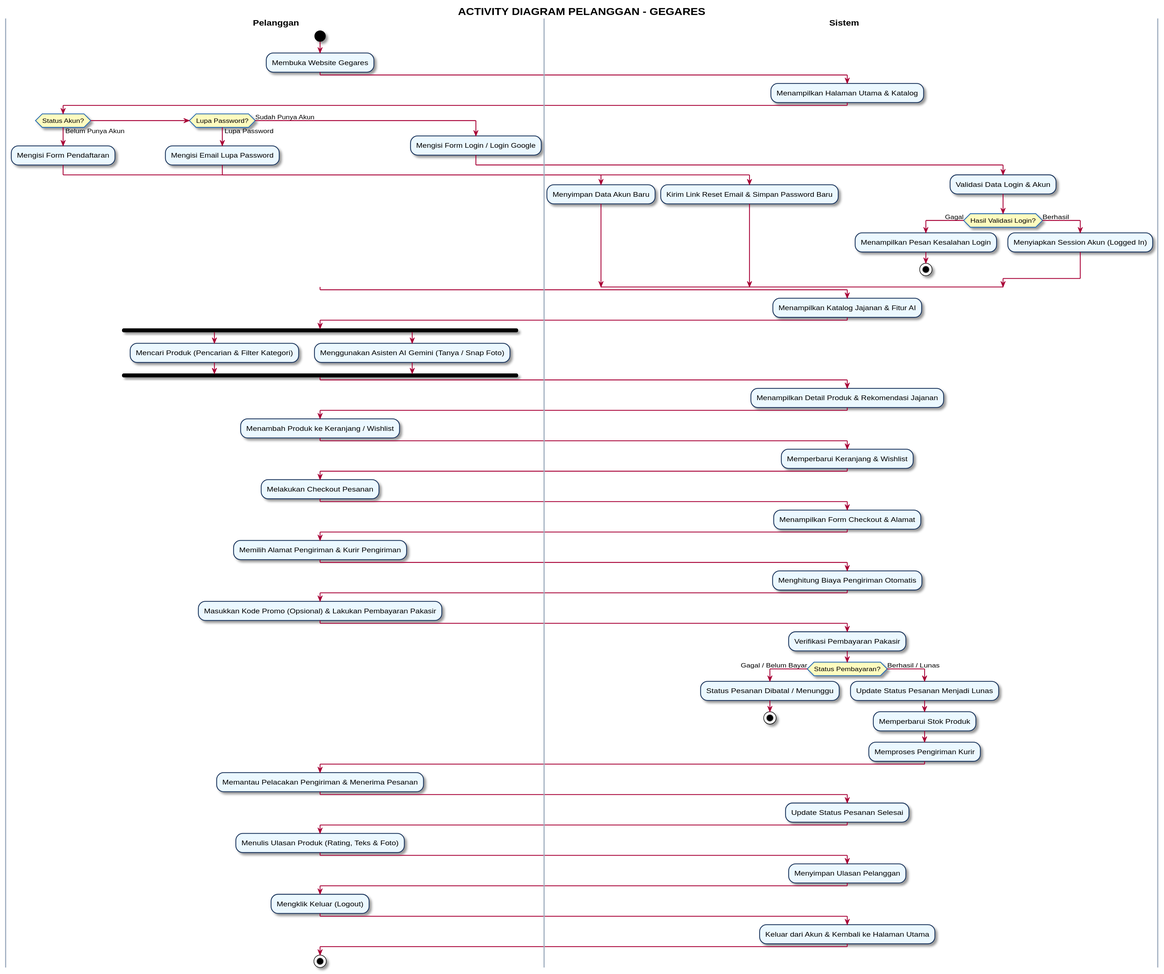
greedykid/gegares_toko keeps this PlantUML diagram as diagrams/activity_diagram_pelanggan.svg. Above is the earlier version.
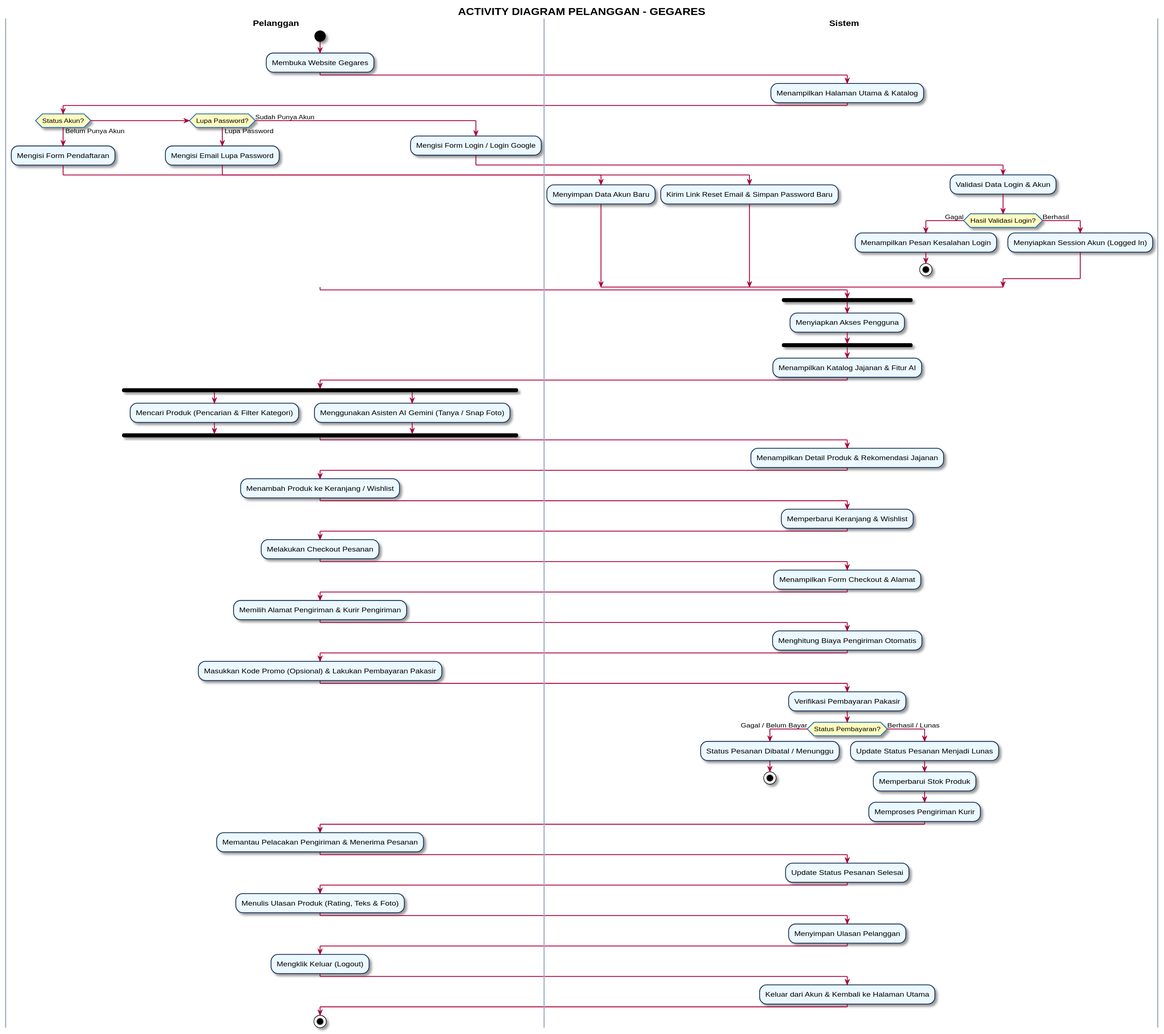
The same file after the commit.

Commit message:
docs(diagram): use Join bar for authentication branches before catalog display

Change to the diagram source:
```diff
@@ -45,6 +45,10 @@
 endif
 
 |Sistem|
+fork
+  :Menyiapkan Akses Pengguna;
+end fork
+
 :Menampilkan Katalog Jajanan & Fitur AI;
 
 |Pelanggan|
```
